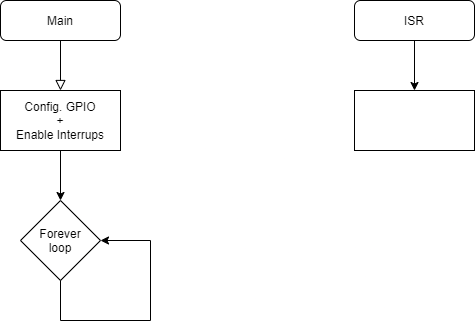
UTAN25/Digital-electronics-2 keeps this draw.io diagram as Labs/04-interrupts/FlowchartUnai.png. Above is the earlier version. Source tidied: cells renumbered, new cells last; positions are measured from the earlier drawing's top-left corner, leaving out a move shared by most shapes.
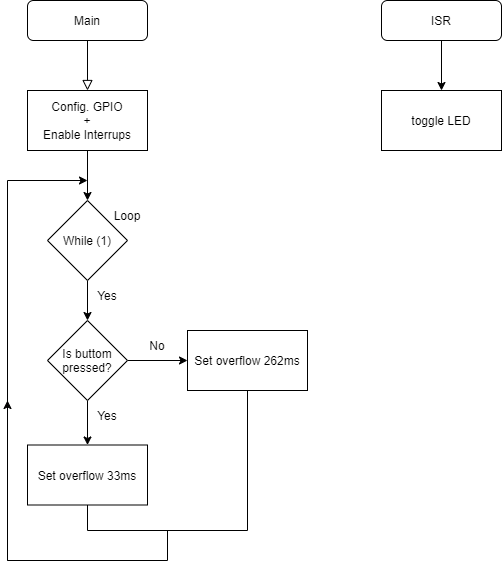
Above is the later version.

Diff of the diagram source:
```diff
@@ -16,39 +16,93 @@
     <mxCell id="5" value="Config. GPIO&lt;br&gt;+&lt;br&gt;Enable Interrups" style="rounded=0;whiteSpace=wrap;html=1;" parent="1" vertex="1">
       <mxGeometry y="90" width="120" height="60" as="geometry" />
     </mxCell>
+    <mxCell id="14" style="edgeStyle=orthogonalEdgeStyle;rounded=0;jettySize=auto;html=1;" parent="1" edge="1" source="6" target="17">
+      <mxGeometry relative="1" as="geometry" />
+    </mxCell>
-    <mxCell id="6" value="Forever&lt;br&gt;loop" style="rhombus;whiteSpace=wrap;html=1;" parent="1" vertex="1">
+    <mxCell id="6" value="While (1)" style="rhombus;whiteSpace=wrap;html=1;" parent="1" vertex="1">
       <mxGeometry x="20" y="200" width="80" height="80" as="geometry" />
     </mxCell>
-    <mxCell id="7" style="rounded=0;whiteSpace=wrap;html=1;" parent="1" vertex="1">
+    <mxCell id="7" value="toggle LED" style="rounded=0;whiteSpace=wrap;html=1;" parent="1" vertex="1">
       <mxGeometry x="354" y="90" width="120" height="60" as="geometry" />
     </mxCell>
-    <mxCell id="8" style="endArrow=classic;html=1;rounded=0;entryX=1;entryY=0.5;entryDx=0;entryDy=0;" parent="1" edge="1" target="6">
-      <mxGeometry relative="1" as="geometry">
-        <mxPoint x="150" y="240" as="sourcePoint" />
-      </mxGeometry>
-    </mxCell>
-    <mxCell id="9" style="endArrow=none;html=1;rounded=0;" parent="1" edge="1">
-      <mxGeometry relative="1" as="geometry">
-        <mxPoint x="150" y="320" as="sourcePoint" />
-        <mxPoint x="150" y="240" as="targetPoint" />
-      </mxGeometry>
-    </mxCell>
-    <mxCell id="10" style="endArrow=none;html=1;rounded=0;" parent="1" edge="1">
-      <mxGeometry relative="1" as="geometry">
-        <mxPoint x="60" y="320" as="sourcePoint" />
-        <mxPoint x="150" y="320" as="targetPoint" />
-      </mxGeometry>
-    </mxCell>
-    <mxCell id="11" style="endArrow=none;html=1;rounded=0;entryX=0.5;entryY=1;entryDx=0;entryDy=0;" parent="1" edge="1" target="6">
-      <mxGeometry relative="1" as="geometry">
-        <mxPoint x="60" y="320" as="sourcePoint" />
-      </mxGeometry>
-    </mxCell>
     <mxCell id="12" style="edgeStyle=orthogonalEdgeStyle;rounded=0;jettySize=auto;html=1;" parent="1" edge="1" source="13" target="7">
       <mxGeometry relative="1" as="geometry" />
     </mxCell>
     <mxCell id="13" value="ISR" style="rounded=1;whiteSpace=wrap;html=1;fontSize=12;glass=0;strokeWidth=1;shadow=0;" parent="1" vertex="1">
       <mxGeometry x="354" width="120" height="40" as="geometry" />
     </mxCell>
+    <mxCell id="15" style="edgeStyle=orthogonalEdgeStyle;rounded=0;jettySize=auto;html=1;" parent="1" edge="1" source="17" target="18">
+      <mxGeometry relative="1" as="geometry" />
+    </mxCell>
+    <mxCell id="16" style="edgeStyle=orthogonalEdgeStyle;rounded=0;jettySize=auto;html=1;" parent="1" edge="1" source="17" target="19">
+      <mxGeometry relative="1" as="geometry" />
+    </mxCell>
+    <mxCell id="17" value="Is buttom&lt;br&gt;pressed?" style="rhombus;whiteSpace=wrap;html=1;" parent="1" vertex="1">
+      <mxGeometry x="20" y="320" width="80" height="80" as="geometry" />
+    </mxCell>
+    <mxCell id="18" value="Set overflow 33ms" style="whiteSpace=wrap;html=1;" parent="1" vertex="1">
+      <mxGeometry y="444.5" width="120" height="60" as="geometry" />
+    </mxCell>
+    <mxCell id="19" value="&lt;span&gt;Set overflow 262ms&lt;/span&gt;" style="whiteSpace=wrap;html=1;" parent="1" vertex="1">
+      <mxGeometry x="160" y="330" width="120" height="60" as="geometry" />
+    </mxCell>
+    <mxCell id="20" value="Yes" style="text;html=1;strokeColor=none;fillColor=none;align=center;verticalAlign=middle;whiteSpace=wrap;rounded=0;" parent="1" vertex="1">
+      <mxGeometry x="50" y="400" width="60" height="30" as="geometry" />
+    </mxCell>
+    <mxCell id="21" value="No" style="text;html=1;strokeColor=none;fillColor=none;align=center;verticalAlign=middle;whiteSpace=wrap;rounded=0;" parent="1" vertex="1">
+      <mxGeometry x="100" y="330" width="60" height="30" as="geometry" />
+    </mxCell>
+    <mxCell id="22" style="endArrow=none;html=1;rounded=0;entryX=0.5;entryY=1;entryDx=0;entryDy=0;" parent="1" edge="1" target="19">
+      <mxGeometry relative="1" as="geometry">
+        <mxPoint x="220" y="530" as="sourcePoint" />
+      </mxGeometry>
+    </mxCell>
+    <mxCell id="23" style="endArrow=none;html=1;rounded=0;" parent="1" edge="1">
+      <mxGeometry relative="1" as="geometry">
+        <mxPoint x="60" y="530" as="sourcePoint" />
+        <mxPoint x="220" y="530" as="targetPoint" />
+      </mxGeometry>
+    </mxCell>
+    <mxCell id="24" style="endArrow=none;html=1;rounded=0;exitX=0.5;exitY=1;exitDx=0;exitDy=0;" parent="1" edge="1" source="18">
+      <mxGeometry relative="1" as="geometry">
+        <mxPoint x="60" y="530" as="targetPoint" />
+      </mxGeometry>
+    </mxCell>
+    <mxCell id="25" style="endArrow=none;html=1;rounded=0;" parent="1" edge="1">
+      <mxGeometry relative="1" as="geometry">
+        <mxPoint x="140" y="530" as="sourcePoint" />
+        <mxPoint x="140" y="560" as="targetPoint" />
+      </mxGeometry>
+    </mxCell>
+    <mxCell id="26" style="endArrow=none;html=1;rounded=0;" parent="1" edge="1">
+      <mxGeometry relative="1" as="geometry">
+        <mxPoint x="140" y="560" as="sourcePoint" />
+        <mxPoint x="-20" y="560" as="targetPoint" />
+      </mxGeometry>
+    </mxCell>
+    <mxCell id="27" style="endArrow=classic;html=1;rounded=0;" parent="1" edge="1">
+      <mxGeometry relative="1" as="geometry">
+        <mxPoint x="-20" y="560" as="sourcePoint" />
+        <mxPoint x="-20" y="400" as="targetPoint" />
+      </mxGeometry>
+    </mxCell>
+    <mxCell id="28" style="endArrow=none;html=1;rounded=0;" parent="1" edge="1">
+      <mxGeometry relative="1" as="geometry">
+        <mxPoint x="-20" y="560" as="sourcePoint" />
+        <mxPoint x="-20" y="180" as="targetPoint" />
+      </mxGeometry>
+    </mxCell>
+    <mxCell id="29" style="endArrow=classic;html=1;rounded=0;" parent="1" edge="1">
+      <mxGeometry relative="1" as="geometry">
+        <mxPoint x="-20" y="180" as="sourcePoint" />
+        <mxPoint x="60" y="180" as="targetPoint" />
+      </mxGeometry>
+    </mxCell>
+    <mxCell id="30" value="Yes" style="text;html=1;strokeColor=none;fillColor=none;align=center;verticalAlign=middle;whiteSpace=wrap;rounded=0;" parent="1" vertex="1">
+      <mxGeometry x="50" y="280" width="60" height="30" as="geometry" />
+    </mxCell>
+    <mxCell id="31" value="Loop" style="text;html=1;strokeColor=none;fillColor=none;align=center;verticalAlign=middle;whiteSpace=wrap;rounded=0;" parent="1" vertex="1">
+      <mxGeometry x="70" y="200" width="60" height="30" as="geometry" />
+    </mxCell>
   </root>
 </mxGraphModel>
```
